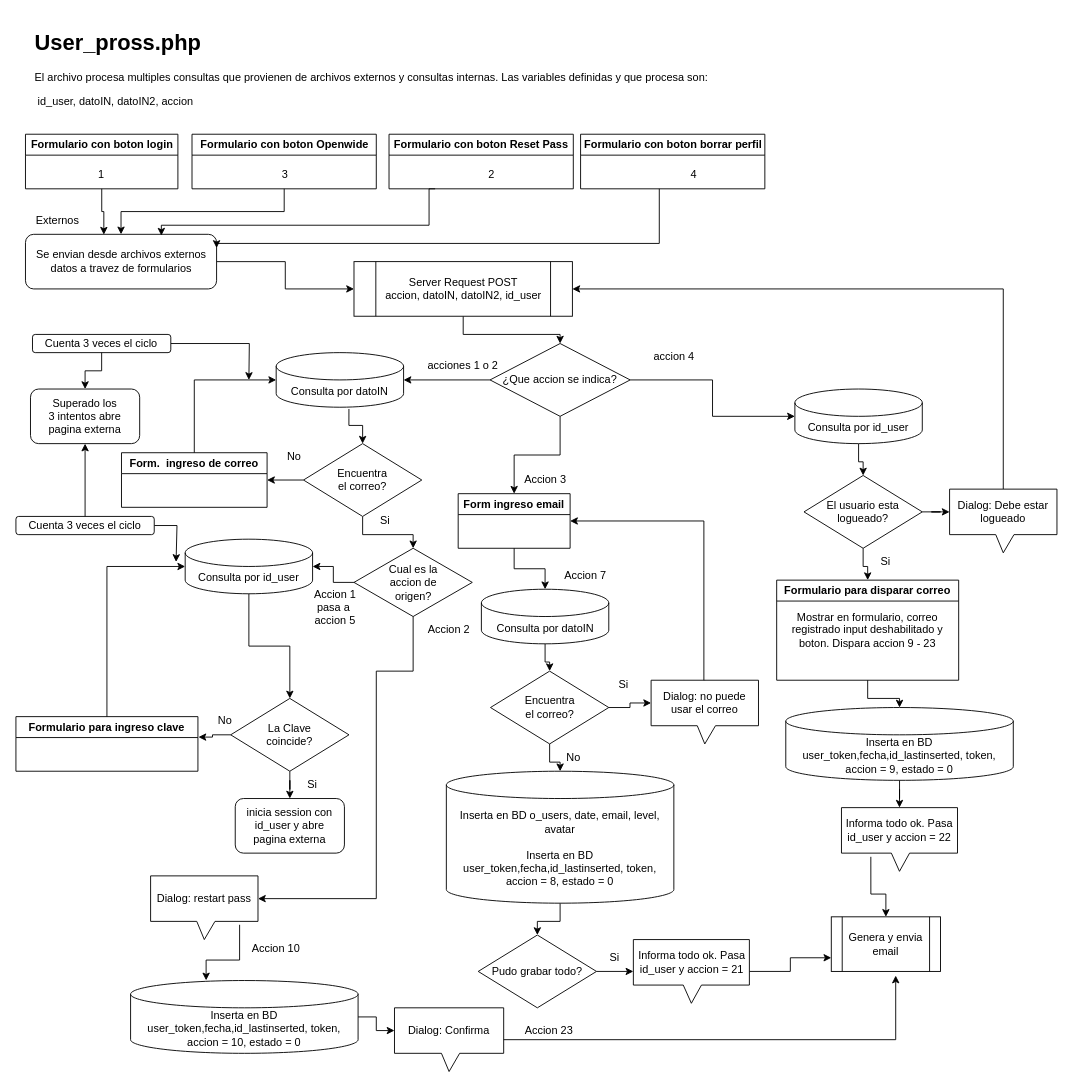
This is user_prossphp.drawio from MaxiFranz/TrayectoP, a draw.io file, before an edit. Source tidied: cells renumbered, new cells numbered last; positions are measured from the earlier drawing's top-left corner, leaving out a move shared by most shapes. Both pictures are drawn from the tidied source at 91%, with x=0, y=0 at pixel (15, 25).
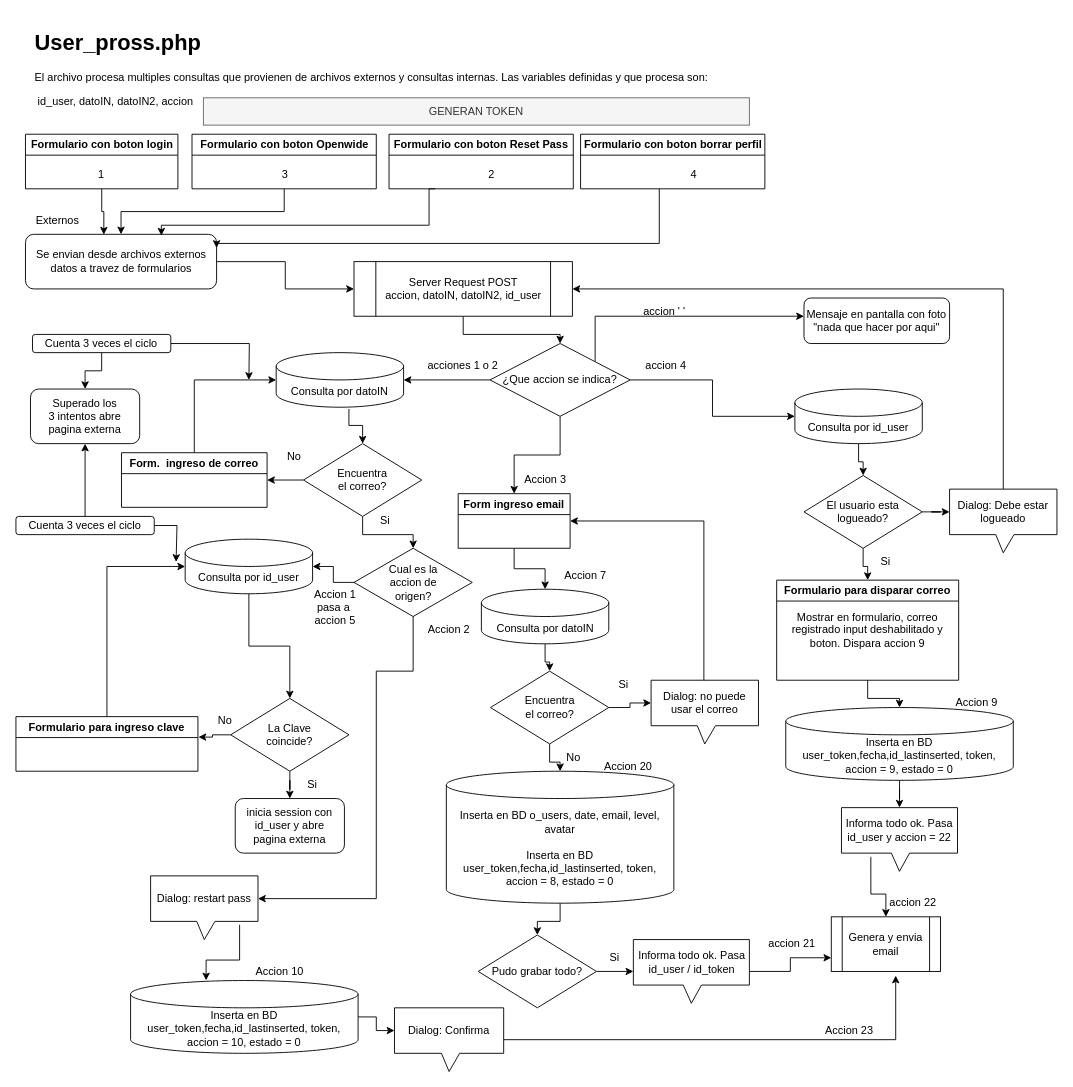
The same diagram, later.

The change refers to these unchanged cells:
```xml
<mxCell id="23" value="¿Que accion se indica?" style="rhombus;whiteSpace=wrap;html=1;" parent="1" vertex="1">
  <mxGeometry x="521" y="350" width="154" height="80" as="geometry" />
</mxCell>
<mxCell id="80" value="Formulario para disparar correo" style="swimlane;whiteSpace=wrap;html=1;" parent="1" vertex="1">
  <mxGeometry x="836" y="610" width="200" height="110" as="geometry" />
</mxCell>
<mxCell id="96" value="Inserta en BD user_token,fecha,id_lastinserted, token, accion = 9, estado = 0" style="shape=cylinder3;whiteSpace=wrap;html=1;boundedLbl=1;backgroundOutline=1;size=15;" parent="1" vertex="1">
  <mxGeometry x="846" y="750" width="250" height="80" as="geometry" />
</mxCell>
```

Diff of the diagram source:
```diff
@@
+    <mxCell id="101" style="edgeStyle=orthogonalEdgeStyle;rounded=0;jettySize=auto;html=1;exitX=1;exitY=0;exitDx=0;exitDy=0;" parent="1" edge="1" source="23" target="102">
+      <mxGeometry relative="1" as="geometry">
+        <Array as="points">
+          <mxPoint x="637" y="320" />
+        </Array>
+      </mxGeometry>
+    </mxCell>
@@
-    <mxCell id="70" value="Informa todo ok. Pasa id_user y accion = 21" style="shape=callout;whiteSpace=wrap;html=1;perimeter=calloutPerimeter;size=20;position=0.43;" parent="1" vertex="1">
+    <mxCell id="70" value="Informa todo ok. Pasa id_user / id_token" style="shape=callout;whiteSpace=wrap;html=1;perimeter=calloutPerimeter;size=20;position=0.43;" parent="1" vertex="1">
       <mxGeometry x="678.5" y="1005" width="127.5" height="70" as="geometry" />
     </mxCell>
@@
     <mxCell id="77" value="accion 4" style="text;html=1;strokeColor=none;fillColor=none;align=center;verticalAlign=middle;whiteSpace=wrap;rounded=0;" parent="1" vertex="1">
-      <mxGeometry x="675" y="350" width="97" height="30" as="geometry" />
+      <mxGeometry x="666" y="360" width="97" height="30" as="geometry" />
     </mxCell>
@@
-    <mxCell id="81" value="Mostrar en formulario, correo registrado input deshabilitado y boton. Dispara accion 9 - 23" style="text;html=1;strokeColor=none;fillColor=none;align=center;verticalAlign=middle;whiteSpace=wrap;rounded=0;" parent="80" vertex="1">
+    <mxCell id="81" value="Mostrar en formulario, correo registrado input deshabilitado y boton. Dispara accion 9" style="text;html=1;strokeColor=none;fillColor=none;align=center;verticalAlign=middle;whiteSpace=wrap;rounded=0;" parent="80" vertex="1">
       <mxGeometry x="15" y="40" width="170" height="30" as="geometry" />
     </mxCell>
@@
     <mxCell id="88" value="Accion 23" style="text;html=1;strokeColor=none;fillColor=none;align=center;verticalAlign=middle;whiteSpace=wrap;rounded=0;" parent="1" vertex="1">
-      <mxGeometry x="556" y="1090" width="60" height="30" as="geometry" />
+      <mxGeometry x="886" y="1090" width="60" height="30" as="geometry" />
     </mxCell>
@@
     <mxCell id="95" value="Accion 10" style="text;html=1;strokeColor=none;fillColor=none;align=center;verticalAlign=middle;whiteSpace=wrap;rounded=0;" parent="1" vertex="1">
-      <mxGeometry x="256" y="1000" width="60" height="30" as="geometry" />
+      <mxGeometry x="260" y="1025" width="60" height="30" as="geometry" />
     </mxCell>
@@
-    <mxCell id="97" style="edgeStyle=orthogonalEdgeStyle;rounded=0;jettySize=auto;html=1;entryX=0.5;entryY=0;entryDx=0;entryDy=0;entryPerimeter=0;" parent="1" edge="1" source="80" target="96">
-      <mxGeometry relative="1" as="geometry" />
-    </mxCell>
@@
+    <mxCell id="102" value="Mensaje en pantalla con foto&lt;br&gt;&quot;nada que hacer por aqui&quot;" style="rounded=1;whiteSpace=wrap;html=1;" parent="1" vertex="1">
+      <mxGeometry x="866" y="300" width="160" height="50" as="geometry" />
+    </mxCell>
+    <mxCell id="103" value="accion ' '&amp;nbsp;" style="text;html=1;strokeColor=none;fillColor=none;align=center;verticalAlign=middle;whiteSpace=wrap;rounded=0;" parent="1" vertex="1">
+      <mxGeometry x="666" y="300" width="97" height="30" as="geometry" />
+    </mxCell>
+    <mxCell id="97" style="edgeStyle=orthogonalEdgeStyle;rounded=0;jettySize=auto;html=1;entryX=0.5;entryY=0;entryDx=0;entryDy=0;entryPerimeter=0;" parent="1" edge="1" source="80" target="96">
+      <mxGeometry relative="1" as="geometry" />
+    </mxCell>
+    <mxCell id="104" value="Accion 9" style="text;html=1;strokeColor=none;fillColor=none;align=center;verticalAlign=middle;whiteSpace=wrap;rounded=0;" parent="1" vertex="1">
+      <mxGeometry x="1026" y="730" width="60" height="30" as="geometry" />
+    </mxCell>
+    <mxCell id="105" value="Accion 20" style="text;html=1;strokeColor=none;fillColor=none;align=center;verticalAlign=middle;whiteSpace=wrap;rounded=0;" parent="1" vertex="1">
+      <mxGeometry x="643" y="800" width="60" height="30" as="geometry" />
+    </mxCell>
+    <mxCell id="106" value="accion 22" style="text;html=1;strokeColor=none;fillColor=none;align=center;verticalAlign=middle;whiteSpace=wrap;rounded=0;" parent="1" vertex="1">
+      <mxGeometry x="956" y="950" width="60" height="30" as="geometry" />
+    </mxCell>
+    <mxCell id="107" value="accion 21" style="text;html=1;strokeColor=none;fillColor=none;align=center;verticalAlign=middle;whiteSpace=wrap;rounded=0;" parent="1" vertex="1">
+      <mxGeometry x="823" y="995" width="60" height="30" as="geometry" />
+    </mxCell>
+    <mxCell id="108" value="GENERAN TOKEN" style="text;html=1;strokeColor=#666666;fillColor=#f5f5f5;align=center;verticalAlign=middle;whiteSpace=wrap;rounded=0;fontColor=#333333;" parent="1" vertex="1">
+      <mxGeometry x="206" y="80" width="600" height="30" as="geometry" />
+    </mxCell>
```
